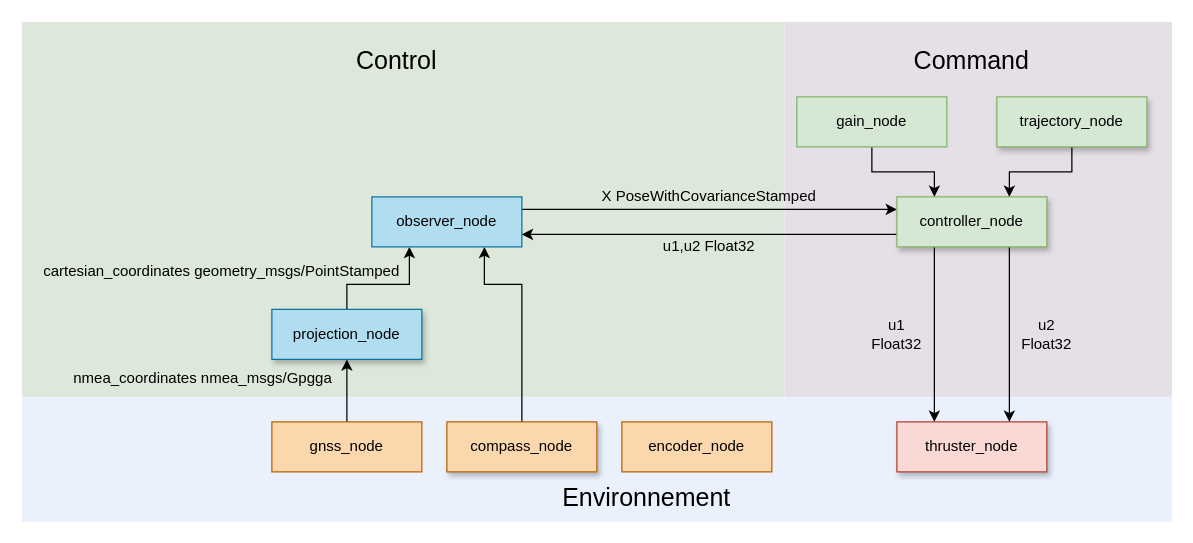
This is doc/DDBot.drawio from Jules-Berhault/ddbot, a draw.io file, before an edit. Source tidied: cells renumbered, new cells numbered last; positions are measured from the earlier drawing's top-left corner, leaving out a move shared by most shapes. Both pictures are drawn from the tidied source at 125%, with x=0, y=0 at pixel (21, 21).
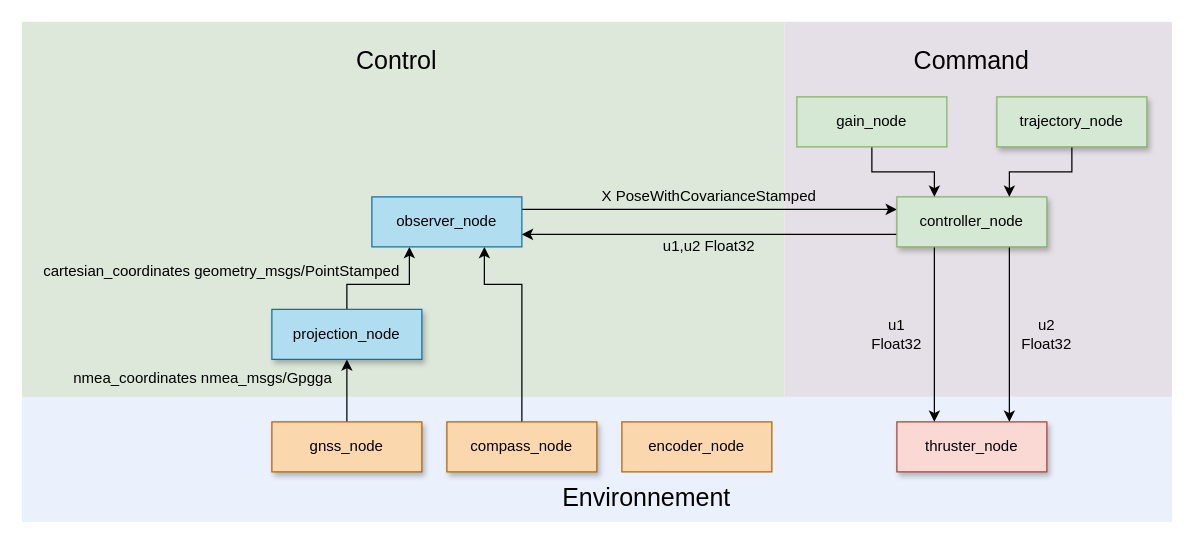
The same page after the edit.

Commit message (it also covers changes not shown here):
Updating the trajectory which is now visualizable in rviz and the ddrawio graph

What changed in the source:
```diff
@@
-    <mxCell id="8" value="gnss_node" style="rounded=0;whiteSpace=wrap;html=1;fillColor=#fad7ac;strokeColor=#b46504;" parent="1" vertex="1">
+    <mxCell id="8" value="gnss_node" style="rounded=0;whiteSpace=wrap;html=1;fillColor=#fad7ac;strokeColor=#b46504;shadow=1;" parent="1" vertex="1">
       <mxGeometry x="200" y="320" width="120" height="40" as="geometry" />
     </mxCell>
```
